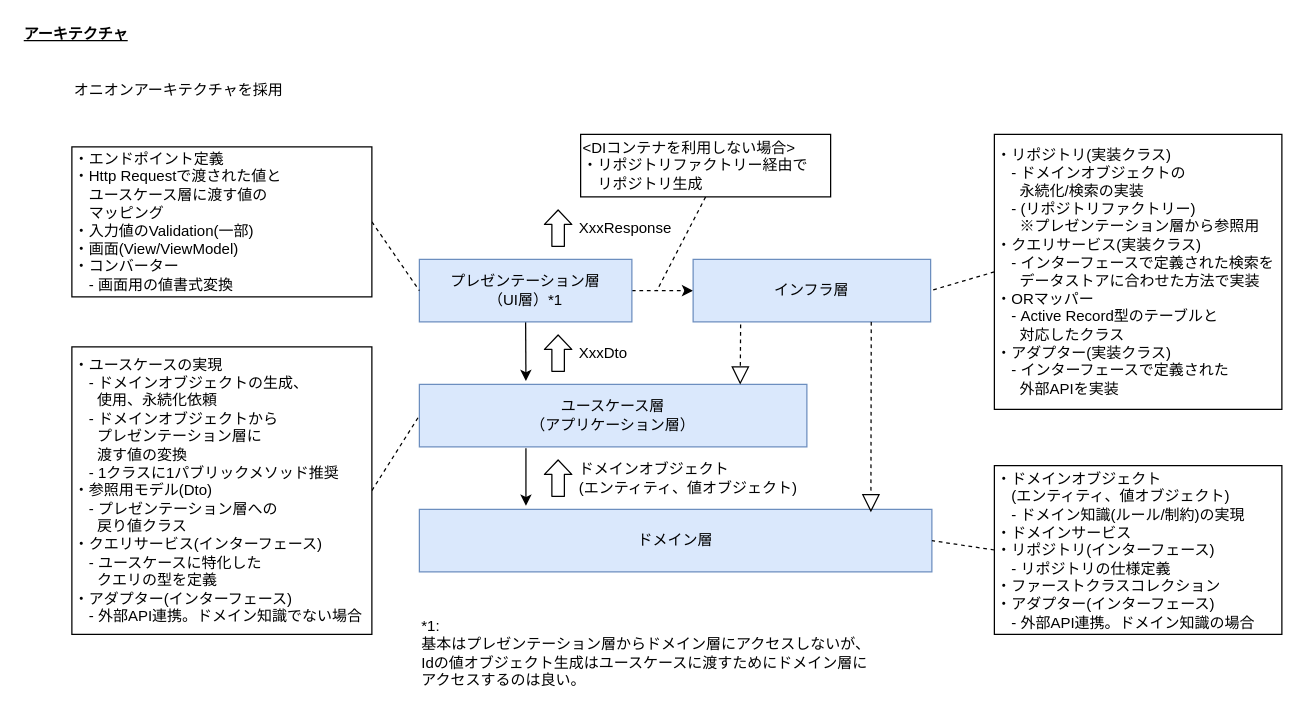
Above: ddd/03_アーキテクチャ.drawio in atman-33/system-dev-docs (draw.io), before the change. Source tidied: cells renumbered, new cells numbered last; positions are measured from the earlier drawing's top-left corner, leaving out a move shared by most shapes. Both pictures are drawn from the tidied source at 125%, with x=0, y=0 at pixel (21, 21).
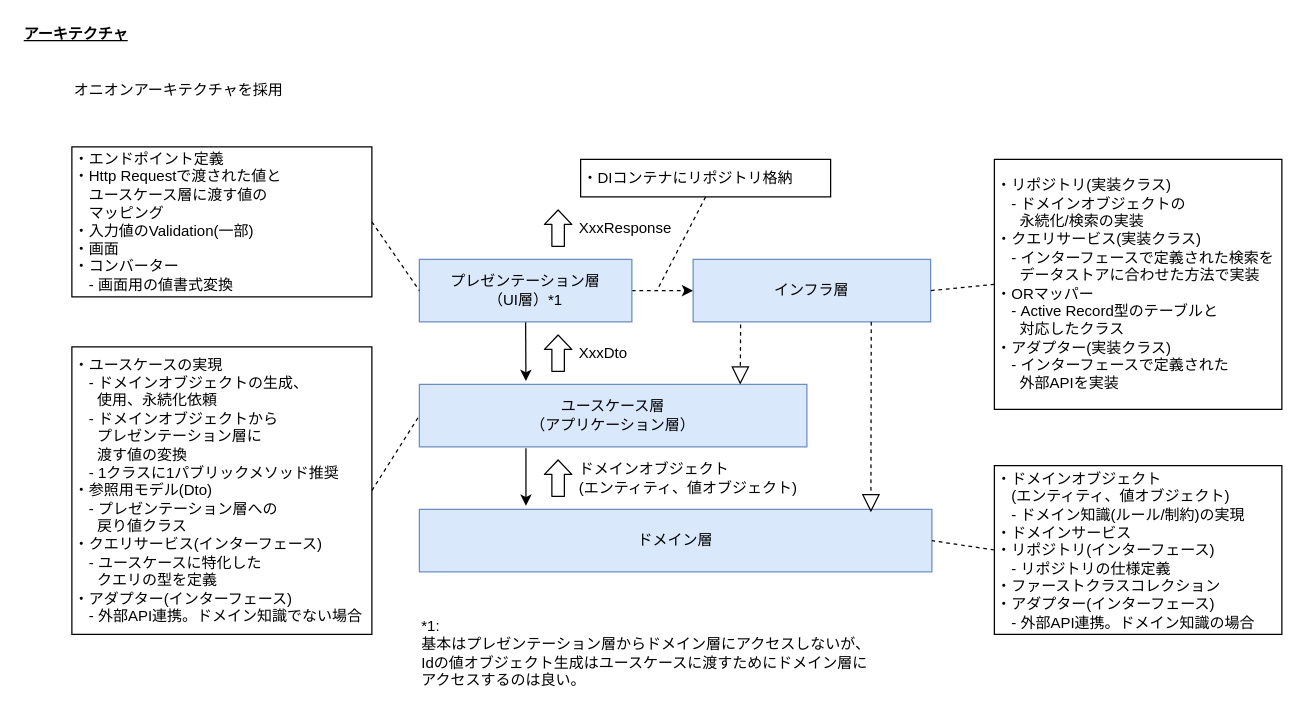
The same page after the edit.

Commit message (it also covers changes not shown here):
docs(ddd): アーキテクチャ、クラスなど更新

Diff of the diagram source:
```diff
@@
-<mxGraphModel>
+<mxGraphModel background="#ffffff">
@@
     <mxCell id="2" value="&lt;u style=&quot;&quot;&gt;アーキテクチャ&lt;/u&gt;" style="text;html=1;strokeColor=none;fillColor=none;align=left;verticalAlign=middle;whiteSpace=wrap;rounded=0;fontStyle=1;" parent="1" vertex="1">
-      <mxGeometry width="130" height="20" as="geometry" />
+      <mxGeometry width="190" height="20" as="geometry" />
     </mxCell>
@@
-    <mxCell id="14" value="・エンドポイント定義&lt;br&gt;・Http Requestで渡された値と&lt;br&gt;　ユースケース層に渡す値の&lt;br&gt;　マッピング&lt;br&gt;・入力値のValidation(一部)&lt;br&gt;・画面(View/ViewModel)&lt;br&gt;・コンバーター&lt;br&gt;　- 画面用の値書式変換" style="rounded=0;whiteSpace=wrap;html=1;align=left;" parent="1" vertex="1">
+    <mxCell id="14" value="・エンドポイント定義&lt;br&gt;・Http Requestで渡された値と&lt;br&gt;　ユースケース層に渡す値の&lt;br&gt;　マッピング&lt;br&gt;・入力値のValidation(一部)&lt;br&gt;・画面&lt;br&gt;・コンバーター&lt;br&gt;　- 画面用の値書式変換" style="rounded=0;whiteSpace=wrap;html=1;align=left;" parent="1" vertex="1">
       <mxGeometry x="40" y="100" width="240" height="120" as="geometry" />
     </mxCell>
@@
-    <mxCell id="18" value="・リポジトリ(実装クラス)&lt;br&gt;　- ドメインオブジェクトの&lt;br&gt;　&amp;nbsp; 永続化/検索の実装&lt;br&gt;　- (リポジトリファクトリー)&lt;br&gt;　&amp;nbsp; ※プレゼンテーション層から参照用&lt;br&gt;・クエリサービス(実装クラス)&lt;br&gt;　- インターフェースで定義された検索を&lt;br&gt;　&amp;nbsp; データストアに合わせた方法で実装&lt;br&gt;・ORマッパー&lt;br&gt;　- Active Record型のテーブルと&lt;br&gt;　&amp;nbsp; 対応したクラス&lt;br&gt;・アダプター(実装クラス)&lt;br&gt;　- インターフェースで定義された&lt;br&gt;　&amp;nbsp; 外部APIを実装" style="rounded=0;whiteSpace=wrap;html=1;align=left;" parent="1" vertex="1">
-      <mxGeometry x="778" y="90" width="230" height="220" as="geometry" />
+    <mxCell id="18" value="・リポジトリ(実装クラス)&lt;br&gt;　- ドメインオブジェクトの&lt;br&gt;　&amp;nbsp; 永続化/検索の実装&lt;br&gt;・クエリサービス(実装クラス)&lt;br&gt;　- インターフェースで定義された検索を&lt;br&gt;　&amp;nbsp; データストアに合わせた方法で実装&lt;br&gt;・ORマッパー&lt;br&gt;　- Active Record型のテーブルと&lt;br&gt;　&amp;nbsp; 対応したクラス&lt;br&gt;・アダプター(実装クラス)&lt;br&gt;　- インターフェースで定義された&lt;br&gt;　&amp;nbsp; 外部APIを実装" style="rounded=0;whiteSpace=wrap;html=1;align=left;" parent="1" vertex="1">
+      <mxGeometry x="778" y="110" width="230" height="200" as="geometry" />
     </mxCell>
@@
-    <mxCell id="22" value="&amp;lt;DIコンテナを利用しない場合&amp;gt;&lt;br&gt;・リポジトリファクトリー経由で&lt;br&gt;　リポジトリ生成" style="rounded=0;whiteSpace=wrap;html=1;align=left;" parent="1" vertex="1">
-      <mxGeometry x="447" y="90" width="200" height="50" as="geometry" />
+    <mxCell id="22" value="・DIコンテナにリポジトリ格納" style="rounded=0;whiteSpace=wrap;html=1;align=left;" parent="1" vertex="1">
+      <mxGeometry x="447" y="110" width="200" height="30" as="geometry" />
     </mxCell>
```
